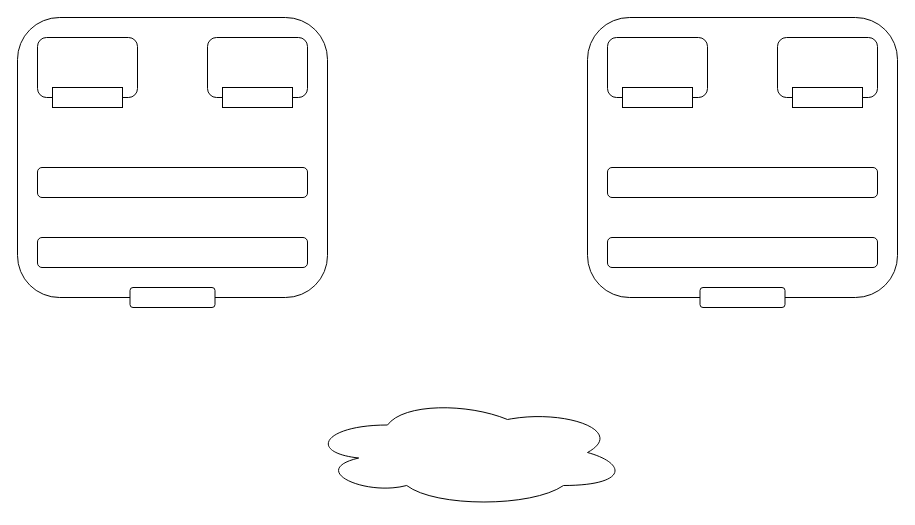
The draw.io diagram 未命名绘图.drawio in Jeremygczhang/draw, before the edit. Source tidied: cells renumbered, new cells numbered last; positions are measured from the earlier drawing's top-left corner, leaving out a move shared by most shapes. Both pictures are drawn from the tidied source at 100%, with x=0, y=0 at pixel (17, 17).
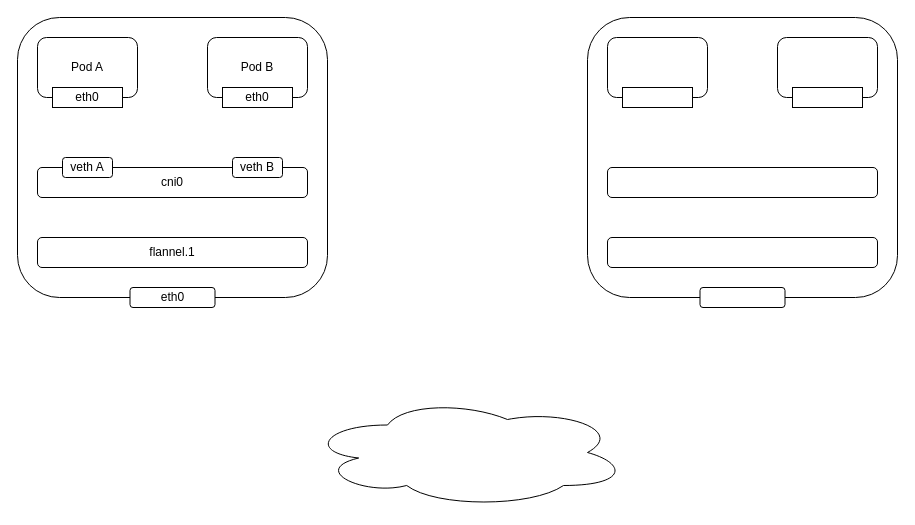
The same page after the edit.

Commit message:
更新未命名绘图.drawio

Diff of the diagram source:
```diff
@@
-    <mxCell id="3" style="rounded=1;whiteSpace=wrap;html=1;" parent="1" vertex="1">
+    <mxCell id="3" value="Pod A" style="rounded=1;whiteSpace=wrap;html=1;" parent="1" vertex="1">
       <mxGeometry x="20" y="20" width="100" height="60" as="geometry" />
     </mxCell>
-    <mxCell id="4" style="rounded=1;whiteSpace=wrap;html=1;" parent="1" vertex="1">
+    <mxCell id="4" value="Pod B" style="rounded=1;whiteSpace=wrap;html=1;" parent="1" vertex="1">
       <mxGeometry x="190" y="20" width="100" height="60" as="geometry" />
     </mxCell>
-    <mxCell id="5" style="rounded=0;whiteSpace=wrap;html=1;" parent="1" vertex="1">
+    <mxCell id="5" value="eth0" style="rounded=0;whiteSpace=wrap;html=1;" parent="1" vertex="1">
       <mxGeometry x="35" y="70" width="70" height="20" as="geometry" />
     </mxCell>
-    <mxCell id="6" style="rounded=0;whiteSpace=wrap;html=1;" parent="1" vertex="1">
+    <mxCell id="6" value="eth0" style="rounded=0;whiteSpace=wrap;html=1;" parent="1" vertex="1">
       <mxGeometry x="205" y="70" width="70" height="20" as="geometry" />
     </mxCell>
-    <mxCell id="7" style="rounded=1;whiteSpace=wrap;html=1;" parent="1" vertex="1">
+    <mxCell id="7" value="cni0" style="rounded=1;whiteSpace=wrap;html=1;" parent="1" vertex="1">
       <mxGeometry x="20" y="150" width="270" height="30" as="geometry" />
     </mxCell>
-    <mxCell id="8" style="rounded=1;whiteSpace=wrap;html=1;" parent="1" vertex="1">
+    <mxCell id="8" value="flannel.1" style="rounded=1;whiteSpace=wrap;html=1;" parent="1" vertex="1">
       <mxGeometry x="20" y="220" width="270" height="30" as="geometry" />
     </mxCell>
-    <mxCell id="9" style="rounded=1;whiteSpace=wrap;html=1;" parent="1" vertex="1">
+    <mxCell id="9" value="eth0" style="rounded=1;whiteSpace=wrap;html=1;" parent="1" vertex="1">
       <mxGeometry x="112.5" y="270" width="85" height="20" as="geometry" />
     </mxCell>
@@
+    <mxCell id="19" value="veth A" style="rounded=1;whiteSpace=wrap;html=1;" parent="1" vertex="1">
+      <mxGeometry x="45" y="140" width="50" height="20" as="geometry" />
+    </mxCell>
+    <mxCell id="20" value="veth B" style="rounded=1;whiteSpace=wrap;html=1;" parent="1" vertex="1">
+      <mxGeometry x="215" y="140" width="50" height="20" as="geometry" />
+    </mxCell>
```
